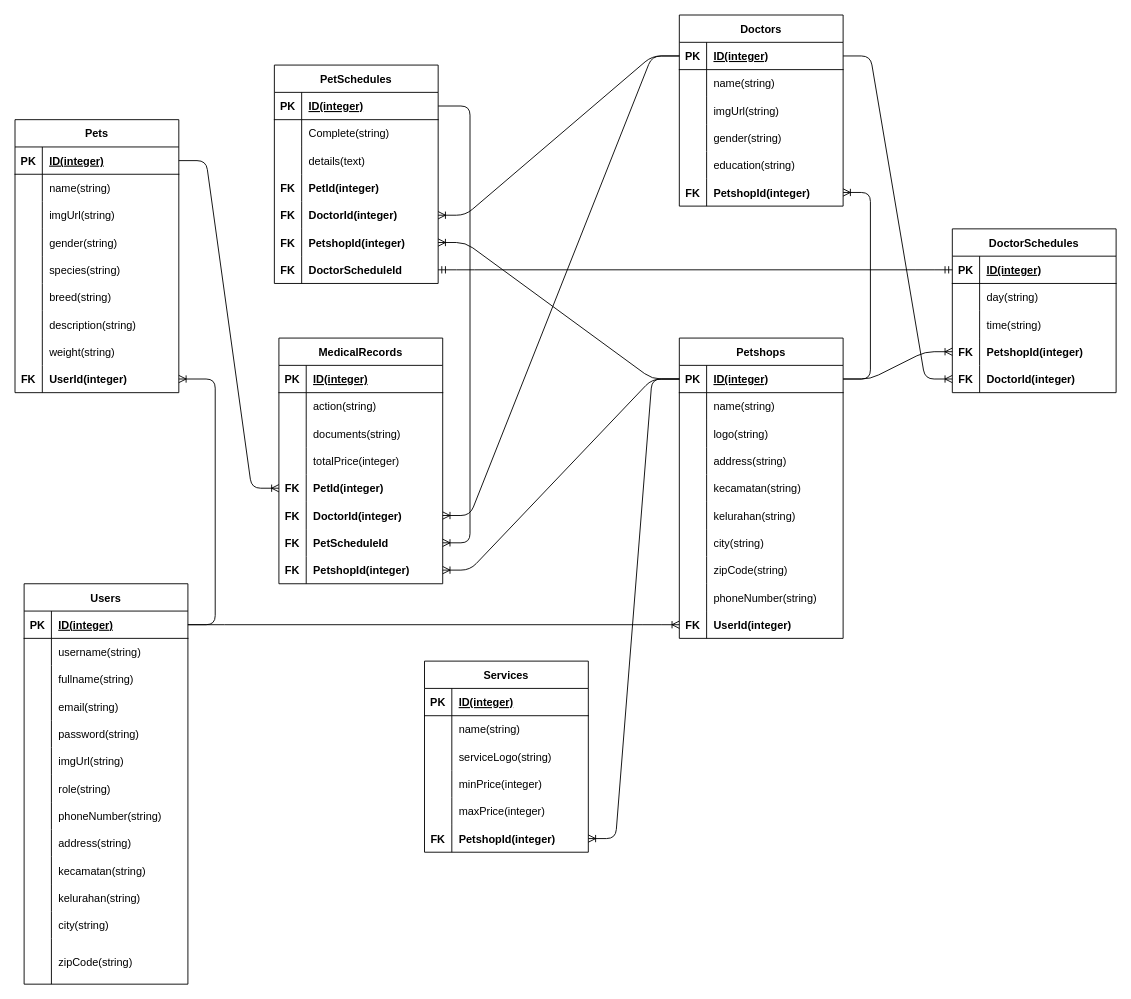
This is petPlus.drawio from Pet-Plus-Hackiv8/fsjs-t1-final-server, a draw.io file, before an edit. Source tidied: cells renumbered, new cells numbered last; positions are measured from the earlier drawing's top-left corner, leaving out a move shared by most shapes. Both pictures are drawn from the tidied source at 91%, with x=0, y=0 at pixel (15, 15).
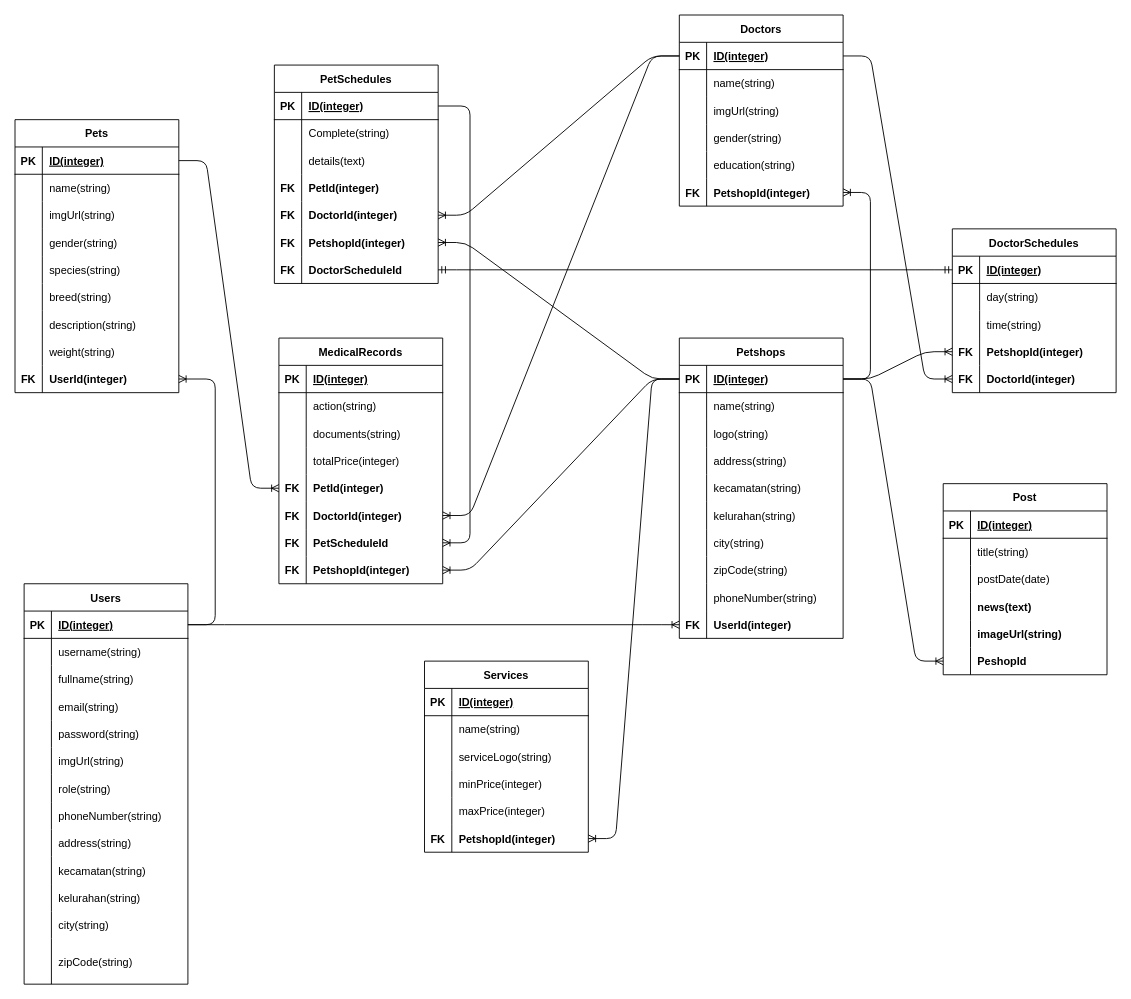
After the change.

The change refers to these unchanged cells:
```xml
<mxCell id="71" style="shape=tableRow;horizontal=0;startSize=0;swimlaneHead=0;swimlaneBody=0;fillColor=none;points=[[0,0.5],[1,0.5]];portConstraint=eastwest;top=0;left=0;right=0;bottom=1;" parent="70" vertex="1">
  <mxGeometry y="30" width="180" height="30" as="geometry" />
</mxCell>
```

Change to the diagram source:
```diff
@@
+    <mxCell id="215" value="Post" style="shape=table;startSize=30;childLayout=tableLayout;rowLines=0;fontStyle=1;align=center;" parent="1" vertex="1">
+      <mxGeometry x="1020" y="515" width="180" height="210" as="geometry" />
+    </mxCell>
+    <mxCell id="216" style="shape=tableRow;horizontal=0;startSize=0;swimlaneHead=0;swimlaneBody=0;fillColor=none;top=0;left=0;right=0;bottom=1;" parent="215" vertex="1">
+      <mxGeometry y="30" width="180" height="30" as="geometry" />
+    </mxCell>
+    <mxCell id="217" value="PK" style="shape=partialRectangle;fillColor=none;top=0;left=0;bottom=0;right=0;fontStyle=1;overflow=hidden;" parent="216" vertex="1">
+      <mxGeometry width="30" height="30" as="geometry" />
+    </mxCell>
+    <mxCell id="218" value="ID(integer)" style="shape=partialRectangle;fillColor=none;top=0;left=0;bottom=0;right=0;align=left;spacingLeft=6;fontStyle=5;overflow=hidden;" parent="216" vertex="1">
+      <mxGeometry x="30" width="150" height="30" as="geometry" />
+    </mxCell>
+    <mxCell id="219" style="shape=tableRow;horizontal=0;startSize=0;swimlaneHead=0;swimlaneBody=0;fillColor=none;top=0;left=0;right=0;bottom=0;" parent="215" vertex="1">
+      <mxGeometry y="60" width="180" height="30" as="geometry" />
+    </mxCell>
+    <mxCell id="220" style="shape=partialRectangle;fillColor=none;top=0;left=0;bottom=0;right=0;overflow=hidden;" parent="219" vertex="1">
+      <mxGeometry width="30" height="30" as="geometry" />
+    </mxCell>
+    <mxCell id="221" value="title(string)" style="shape=partialRectangle;fillColor=none;top=0;left=0;bottom=0;right=0;align=left;spacingLeft=6;overflow=hidden;" parent="219" vertex="1">
+      <mxGeometry x="30" width="150" height="30" as="geometry" />
+    </mxCell>
+    <mxCell id="222" style="shape=tableRow;horizontal=0;startSize=0;swimlaneHead=0;swimlaneBody=0;fillColor=none;top=0;left=0;right=0;bottom=0;" parent="215" vertex="1">
+      <mxGeometry y="90" width="180" height="30" as="geometry" />
+    </mxCell>
+    <mxCell id="223" style="shape=partialRectangle;fillColor=none;top=0;left=0;bottom=0;right=0;overflow=hidden;" parent="222" vertex="1">
+      <mxGeometry width="30" height="30" as="geometry" />
+    </mxCell>
+    <mxCell id="224" value="postDate(date)" style="shape=partialRectangle;fillColor=none;top=0;left=0;bottom=0;right=0;align=left;spacingLeft=6;overflow=hidden;" parent="222" vertex="1">
+      <mxGeometry x="30" width="150" height="30" as="geometry" />
+    </mxCell>
+    <mxCell id="225" style="shape=tableRow;horizontal=0;startSize=0;swimlaneHead=0;swimlaneBody=0;fillColor=none;top=0;left=0;right=0;bottom=0;" parent="215" vertex="1">
+      <mxGeometry y="120" width="180" height="30" as="geometry" />
+    </mxCell>
+    <mxCell id="226" style="shape=partialRectangle;fillColor=none;top=0;left=0;bottom=0;right=0;overflow=hidden;fontStyle=1;" parent="225" vertex="1">
+      <mxGeometry width="30" height="30" as="geometry" />
+    </mxCell>
+    <mxCell id="227" value="news(text)" style="shape=partialRectangle;fillColor=none;top=0;left=0;bottom=0;right=0;align=left;spacingLeft=6;overflow=hidden;fontStyle=1;" parent="225" vertex="1">
+      <mxGeometry x="30" width="150" height="30" as="geometry" />
+    </mxCell>
+    <mxCell id="228" style="shape=tableRow;horizontal=0;startSize=0;swimlaneHead=0;swimlaneBody=0;fillColor=none;top=0;left=0;right=0;bottom=0;" parent="215" vertex="1">
+      <mxGeometry y="150" width="180" height="30" as="geometry" />
+    </mxCell>
+    <mxCell id="229" style="shape=partialRectangle;fillColor=none;top=0;left=0;bottom=0;right=0;overflow=hidden;fontStyle=1;" parent="228" vertex="1">
+      <mxGeometry width="30" height="30" as="geometry" />
+    </mxCell>
+    <mxCell id="230" value="imageUrl(string)" style="shape=partialRectangle;fillColor=none;top=0;left=0;bottom=0;right=0;align=left;spacingLeft=6;overflow=hidden;fontStyle=1;" parent="228" vertex="1">
+      <mxGeometry x="30" width="150" height="30" as="geometry" />
+    </mxCell>
+    <mxCell id="231" style="shape=tableRow;horizontal=0;startSize=0;swimlaneHead=0;swimlaneBody=0;fillColor=none;points=[[0,0.5],[1,0.5]];portConstraint=eastwest;top=0;left=0;right=0;bottom=0;" parent="215" vertex="1">
+      <mxGeometry y="180" width="180" height="30" as="geometry" />
+    </mxCell>
+    <mxCell id="232" style="shape=partialRectangle;fillColor=none;top=0;left=0;bottom=0;right=0;overflow=hidden;fontStyle=1;" parent="231" vertex="1">
+      <mxGeometry width="30" height="30" as="geometry" />
+    </mxCell>
+    <mxCell id="233" value="PeshopId" style="shape=partialRectangle;fillColor=none;top=0;left=0;bottom=0;right=0;align=left;spacingLeft=6;overflow=hidden;fontStyle=1;" parent="231" vertex="1">
+      <mxGeometry x="30" width="150" height="30" as="geometry" />
+    </mxCell>
+    <mxCell id="234" style="edgeStyle=entityRelationEdgeStyle;fontSize=12;html=1;endArrow=ERoneToMany;entryX=0;entryY=0.5;entryDx=0;entryDy=0;" parent="1" edge="1" source="71" target="231">
+      <mxGeometry relative="1" as="geometry" />
+    </mxCell>
```
